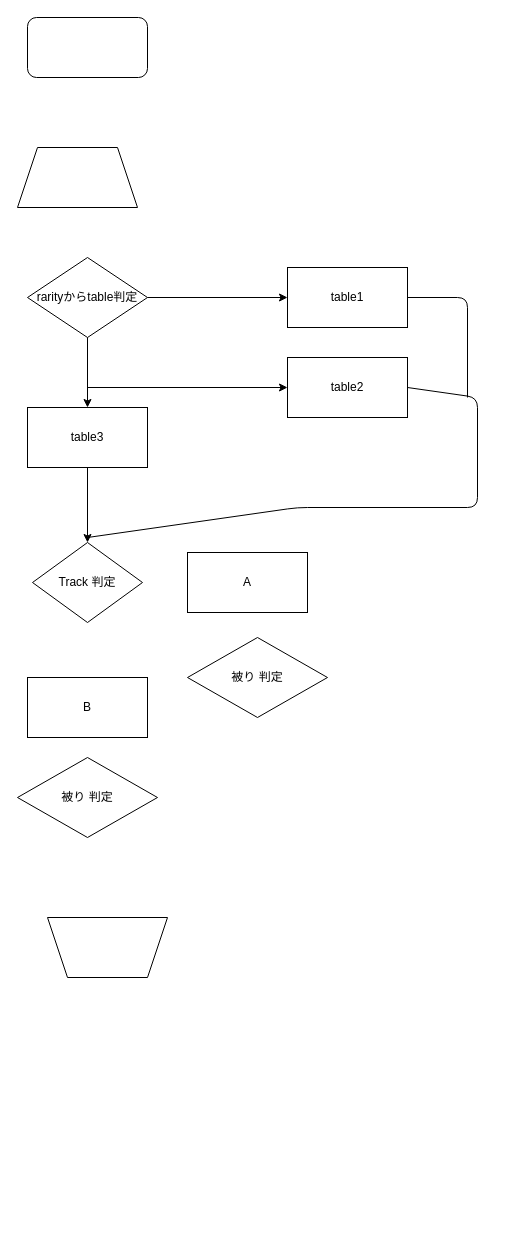
Above: page "ページ1" (1 of 2) of フローチャート.dio in ebae1/nyanko_st (draw.io), before the change. Source tidied: cells renumbered, new cells numbered last; positions are measured from the earlier drawing's top-left corner, leaving out a move shared by most shapes. Both pictures are drawn from the tidied source at 100%, with x=0, y=0 at pixel (17, 17).
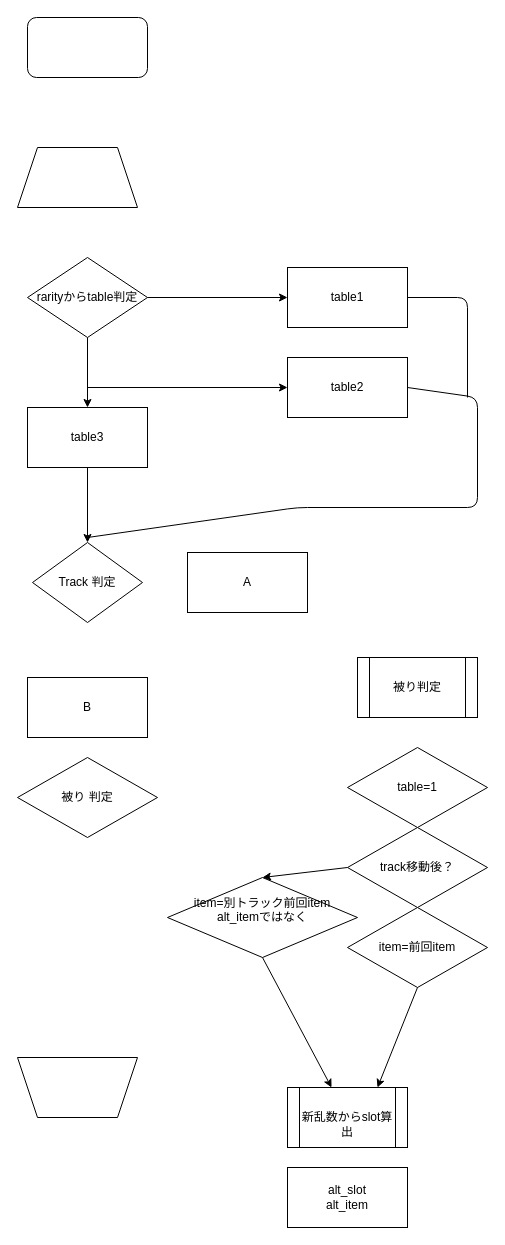
After the change.

Diff of the diagram source:
```diff
@@
     <mxCell id="4" style="shape=trapezoid;perimeter=trapezoidPerimeter;whiteSpace=wrap;html=1;fixedSize=1;flipH=0;flipV=1;" parent="1" vertex="1">
-      <mxGeometry x="30" y="900" width="120" height="60" as="geometry" />
+      <mxGeometry y="1040" width="120" height="60" as="geometry" />
     </mxCell>
@@
-    <mxCell id="13" value="被り 判定" style="rhombus;whiteSpace=wrap;html=1;" parent="1" vertex="1">
-      <mxGeometry x="170" y="620" width="140" height="80" as="geometry" />
-    </mxCell>
@@
+    <mxCell id="20" value="table=1" style="rhombus;whiteSpace=wrap;html=1;" parent="1" vertex="1">
+      <mxGeometry x="330" y="730" width="140" height="80" as="geometry" />
+    </mxCell>
+    <mxCell id="21" value="item=前回item" style="rhombus;whiteSpace=wrap;html=1;" parent="1" vertex="1">
+      <mxGeometry x="330" y="890" width="140" height="80" as="geometry" />
+    </mxCell>
+    <mxCell id="22" value="track移動後？" style="rhombus;whiteSpace=wrap;html=1;" parent="1" vertex="1">
+      <mxGeometry x="330" y="810" width="140" height="80" as="geometry" />
+    </mxCell>
+    <mxCell id="23" value="item=別トラック前回item&lt;br&gt;alt_itemではなく&lt;div&gt;&lt;br&gt;&lt;/div&gt;" style="rhombus;whiteSpace=wrap;html=1;" parent="1" vertex="1">
+      <mxGeometry x="150" y="860" width="190" height="80" as="geometry" />
+    </mxCell>
+    <mxCell id="24" value="被り判定" style="shape=process;whiteSpace=wrap;html=1;backgroundOutline=1;" parent="1" vertex="1">
+      <mxGeometry x="340" y="640" width="120" height="60" as="geometry" />
+    </mxCell>
+    <mxCell id="25" value="&lt;br&gt;新乱数からslot算出" style="shape=process;whiteSpace=wrap;html=1;backgroundOutline=1;" parent="1" vertex="1">
+      <mxGeometry x="270" y="1070" width="120" height="60" as="geometry" />
+    </mxCell>
+    <mxCell id="26" style="endArrow=classic;html=1;exitX=0.5;exitY=1;exitDx=0;exitDy=0;entryX=0.75;entryY=0;entryDx=0;entryDy=0;" parent="1" edge="1" source="21" target="25">
+      <mxGeometry relative="1" as="geometry" />
+    </mxCell>
+    <mxCell id="27" style="endArrow=classic;html=1;exitX=0.5;exitY=1;exitDx=0;exitDy=0;" parent="1" edge="1" source="23" target="25">
+      <mxGeometry relative="1" as="geometry" />
+    </mxCell>
+    <mxCell id="28" style="endArrow=classic;html=1;exitX=0;exitY=0.5;exitDx=0;exitDy=0;entryX=0.5;entryY=0;entryDx=0;entryDy=0;" parent="1" edge="1" source="22" target="23">
+      <mxGeometry relative="1" as="geometry" />
+    </mxCell>
+    <mxCell id="29" value="alt_slot&lt;br&gt;alt_item" style="rounded=0;whiteSpace=wrap;html=1;" parent="1" vertex="1">
+      <mxGeometry x="270" y="1150" width="120" height="60" as="geometry" />
+    </mxCell>
```
